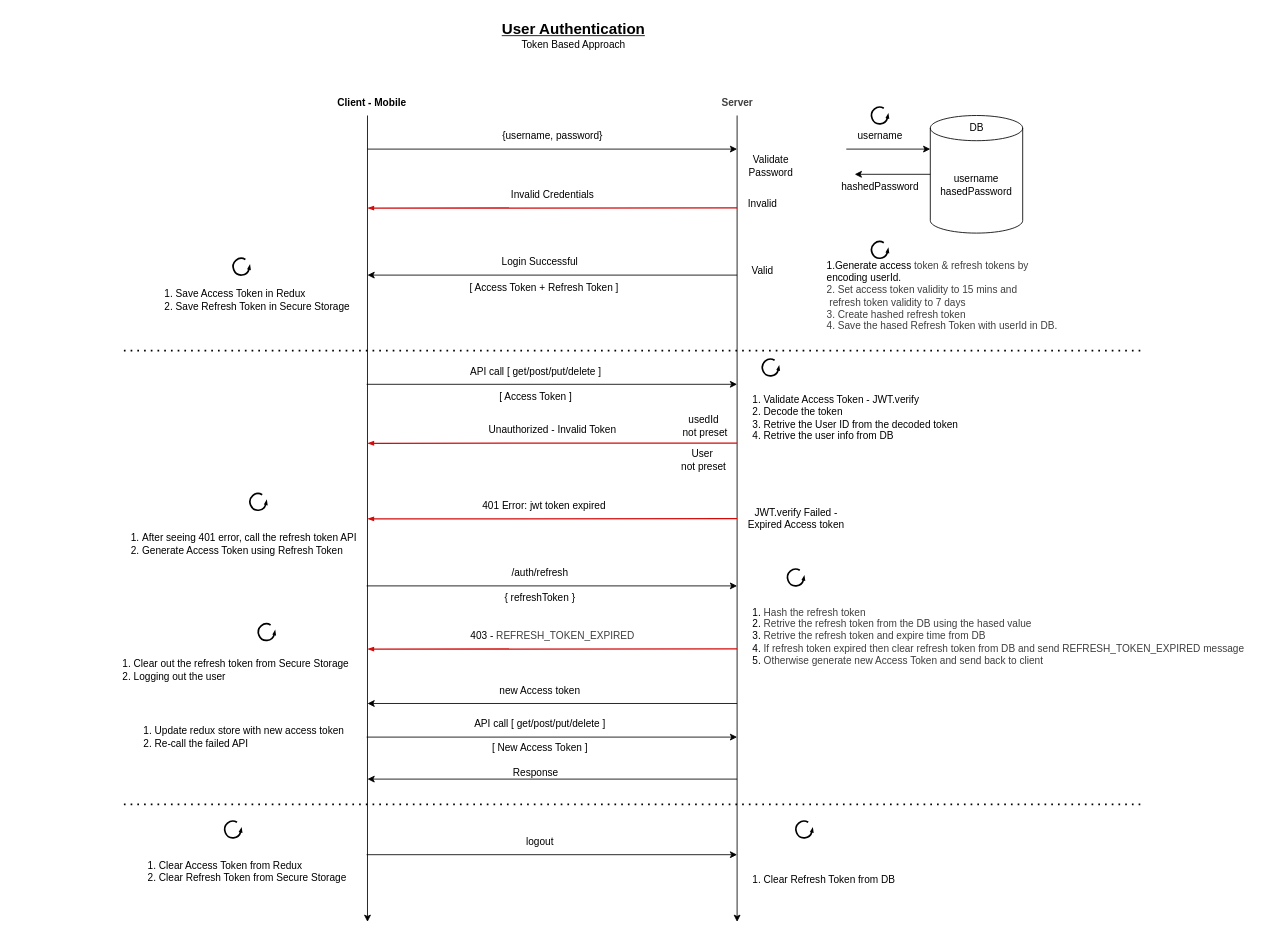
Before: page "mobile" (2 of 2) of server/diagram/authentication.drawio in rkchoudhury/devTinder, a draw.io diagram. Source tidied: cells renumbered, new cells numbered last; positions are measured from the earlier drawing's top-left corner, leaving out a move shared by most shapes. Both pictures are drawn from the tidied source at 84%, with x=0, y=0 at pixel (98, 14).
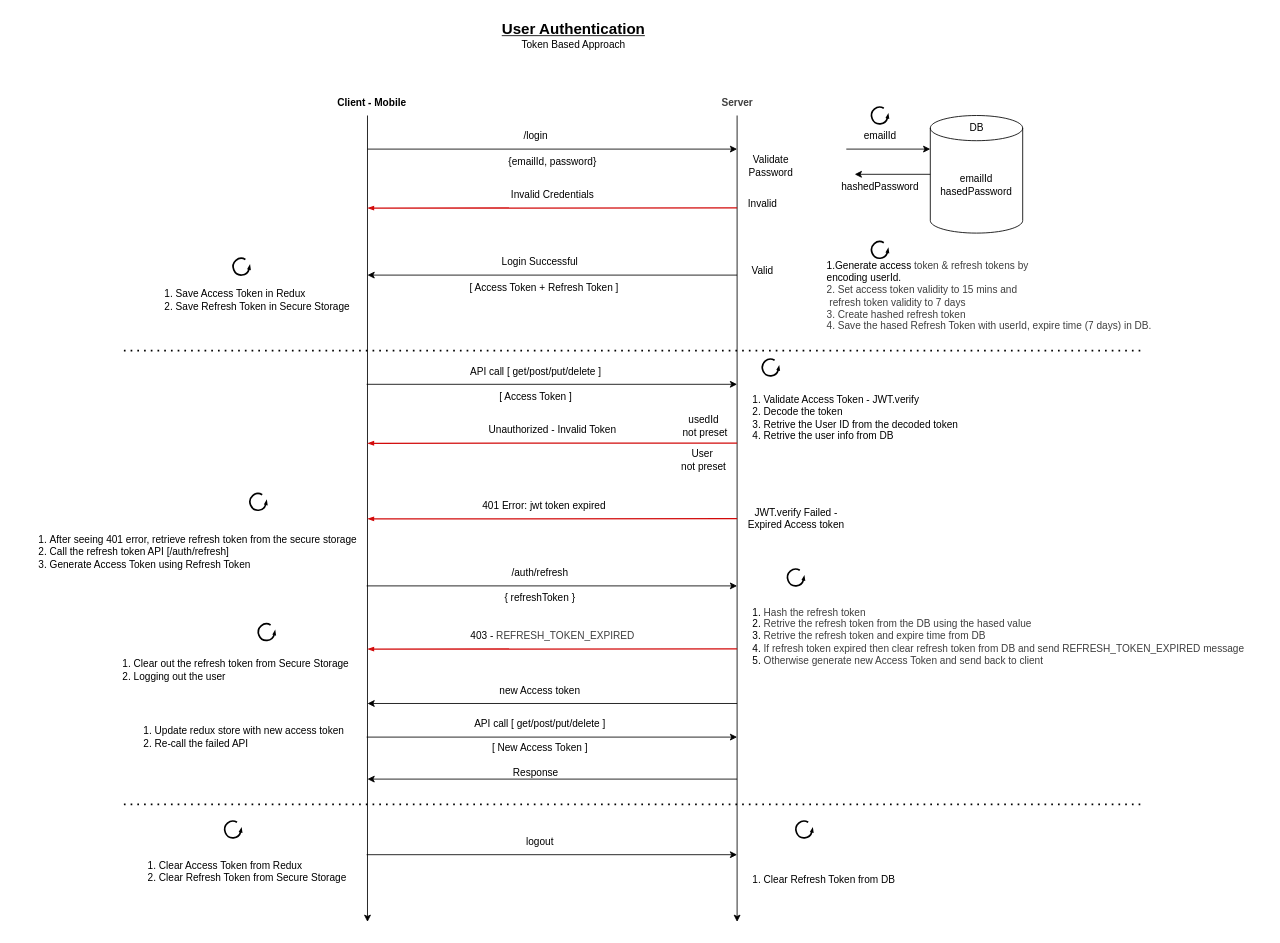
After the change.

Diff of the diagram source:
```diff
@@
-    <mxCell id="7" value="{username, password}" style="text;html=1;align=center;verticalAlign=middle;strokeColor=none;fillColor=none;" parent="1" vertex="1">
-      <mxGeometry x="470" y="130" width="140" height="30" as="geometry" />
+    <mxCell id="7" value="{emailId, password}" style="text;html=1;align=center;verticalAlign=middle;strokeColor=none;fillColor=none;" parent="1" vertex="1">
+      <mxGeometry x="475" y="160" width="130" height="30" as="geometry" />
     </mxCell>
-    <mxCell id="8" value="username&lt;div&gt;hasedPassword&lt;/div&gt;" style="shape=cylinder3;whiteSpace=wrap;html=1;boundedLbl=1;backgroundOutline=1;size=15;" parent="1" vertex="1">
+    <mxCell id="8" value="emailId&lt;br&gt;&lt;div&gt;hasedPassword&lt;/div&gt;" style="shape=cylinder3;whiteSpace=wrap;html=1;boundedLbl=1;backgroundOutline=1;size=15;" parent="1" vertex="1">
       <mxGeometry x="990" y="120" width="110" height="140" as="geometry" />
     </mxCell>
@@
-    <mxCell id="10" value="username" style="text;html=1;align=center;verticalAlign=middle;strokeColor=none;fillColor=none;" parent="1" vertex="1">
-      <mxGeometry x="890" y="130" width="80" height="30" as="geometry" />
+    <mxCell id="10" value="emailId" style="text;html=1;align=center;verticalAlign=middle;strokeColor=none;fillColor=none;" parent="1" vertex="1">
+      <mxGeometry x="900" y="130" width="60" height="30" as="geometry" />
     </mxCell>
@@
-    <mxCell id="21" value="1.Generate access&lt;span style=&quot;color: rgb(63, 63, 63); background-color: transparent;&quot;&gt;&amp;nbsp;&lt;/span&gt;&lt;span style=&quot;color: rgb(63, 63, 63); background-color: transparent;&quot;&gt;token &amp;amp; refresh tokens by&amp;nbsp;&lt;/span&gt;&lt;div&gt;encoding userId.&lt;br&gt;&lt;div&gt;&lt;span style=&quot;color: rgb(63, 63, 63); background-color: transparent;&quot;&gt;2. Set access token validity to 15 mins and&lt;/span&gt;&lt;/div&gt;&lt;div&gt;&lt;span style=&quot;color: rgb(63, 63, 63); background-color: transparent;&quot;&gt;&amp;nbsp;refresh token validity to 7 days&lt;/span&gt;&lt;/div&gt;&lt;/div&gt;&lt;div&gt;&lt;span style=&quot;color: rgb(63, 63, 63); background-color: transparent;&quot;&gt;3. Create hashed refresh token&lt;/span&gt;&lt;/div&gt;&lt;div&gt;&lt;span style=&quot;color: rgb(63, 63, 63); background-color: transparent;&quot;&gt;4. Save the hased Refresh Token with userId in DB.&lt;/span&gt;&lt;/div&gt;" style="text;html=1;align=left;verticalAlign=middle;strokeColor=none;fillColor=none;" parent="1" vertex="1">
-      <mxGeometry x="865" y="285" width="300" height="100" as="geometry" />
+    <mxCell id="21" value="1.Generate access&lt;span style=&quot;color: rgb(63, 63, 63); background-color: transparent;&quot;&gt;&amp;nbsp;&lt;/span&gt;&lt;span style=&quot;color: rgb(63, 63, 63); background-color: transparent;&quot;&gt;token &amp;amp; refresh tokens by&amp;nbsp;&lt;/span&gt;&lt;div&gt;encoding userId.&lt;br&gt;&lt;div&gt;&lt;span style=&quot;color: rgb(63, 63, 63); background-color: transparent;&quot;&gt;2. Set access token validity to 15 mins and&lt;/span&gt;&lt;/div&gt;&lt;div&gt;&lt;span style=&quot;color: rgb(63, 63, 63); background-color: transparent;&quot;&gt;&amp;nbsp;refresh token validity to 7 days&lt;/span&gt;&lt;/div&gt;&lt;/div&gt;&lt;div&gt;&lt;span style=&quot;color: rgb(63, 63, 63); background-color: transparent;&quot;&gt;3. Create hashed refresh token&lt;/span&gt;&lt;/div&gt;&lt;div&gt;&lt;span style=&quot;color: rgb(63, 63, 63); background-color: transparent;&quot;&gt;4. Save the hased Refresh Token with userId, expire time (7 days) in DB.&lt;/span&gt;&lt;/div&gt;" style="text;html=1;align=left;verticalAlign=middle;strokeColor=none;fillColor=none;" parent="1" vertex="1">
+      <mxGeometry x="865" y="285" width="410" height="100" as="geometry" />
     </mxCell>
@@
-    <mxCell id="46" value="&lt;ol&gt;&lt;li&gt;After seeing 401 error, call the refresh token API&lt;/li&gt;&lt;li&gt;Generate Access Token using Refresh Token&lt;/li&gt;&lt;/ol&gt;" style="text;html=1;align=left;verticalAlign=middle;strokeColor=none;fillColor=none;" parent="1" vertex="1">
-      <mxGeometry x="10" y="590" width="320" height="80" as="geometry" />
+    <mxCell id="46" value="&lt;ol&gt;&lt;li&gt;After seeing 401 error, retrieve refresh token from the secure storage&lt;/li&gt;&lt;li&gt;Call the refresh token API [/auth/refresh]&lt;/li&gt;&lt;li&gt;Generate Access Token using Refresh Token&lt;/li&gt;&lt;/ol&gt;" style="text;html=1;align=left;verticalAlign=middle;strokeColor=none;fillColor=none;" parent="1" vertex="1">
+      <mxGeometry x="-100" y="590" width="430" height="100" as="geometry" />
     </mxCell>
@@
+    <mxCell id="67" value="/login" style="text;html=1;align=center;verticalAlign=middle;strokeColor=none;fillColor=none;" parent="1" vertex="1">
+      <mxGeometry x="495" y="130" width="50" height="30" as="geometry" />
+    </mxCell>
```
